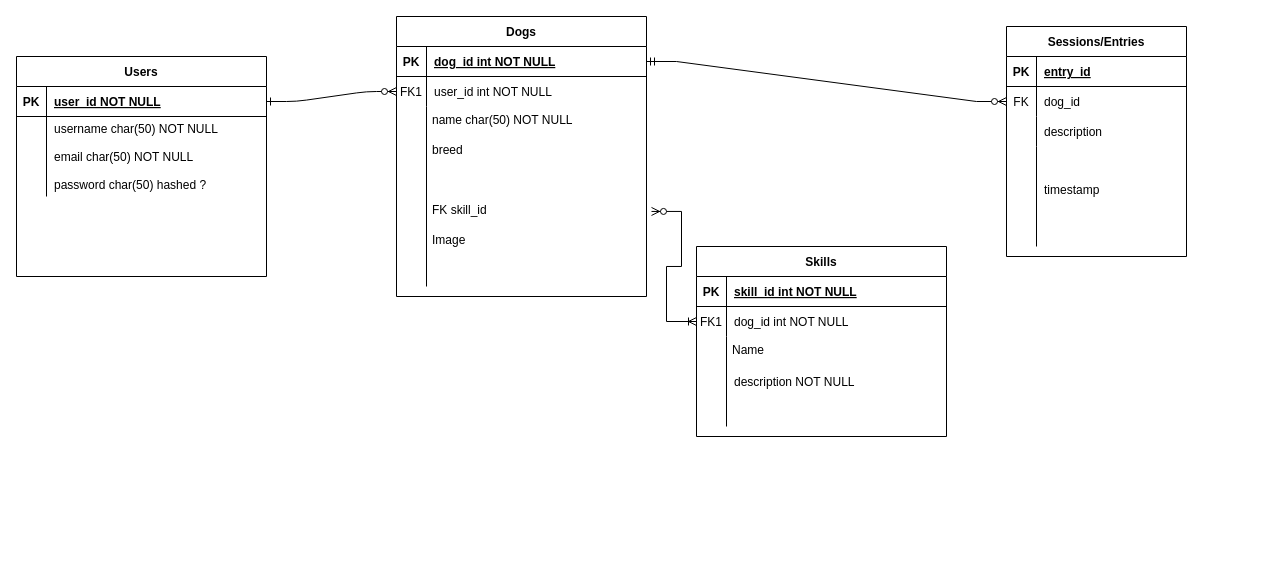
Above: Planning/finalsERD.drawio in Matt-Chisholm/Paw-Five (draw.io), before the change. Source tidied: cells renumbered, new cells numbered last; positions are measured from the earlier drawing's top-left corner, leaving out a move shared by most shapes. Both pictures are drawn from the tidied source at 100%, with x=0, y=0 at pixel (16, 16).
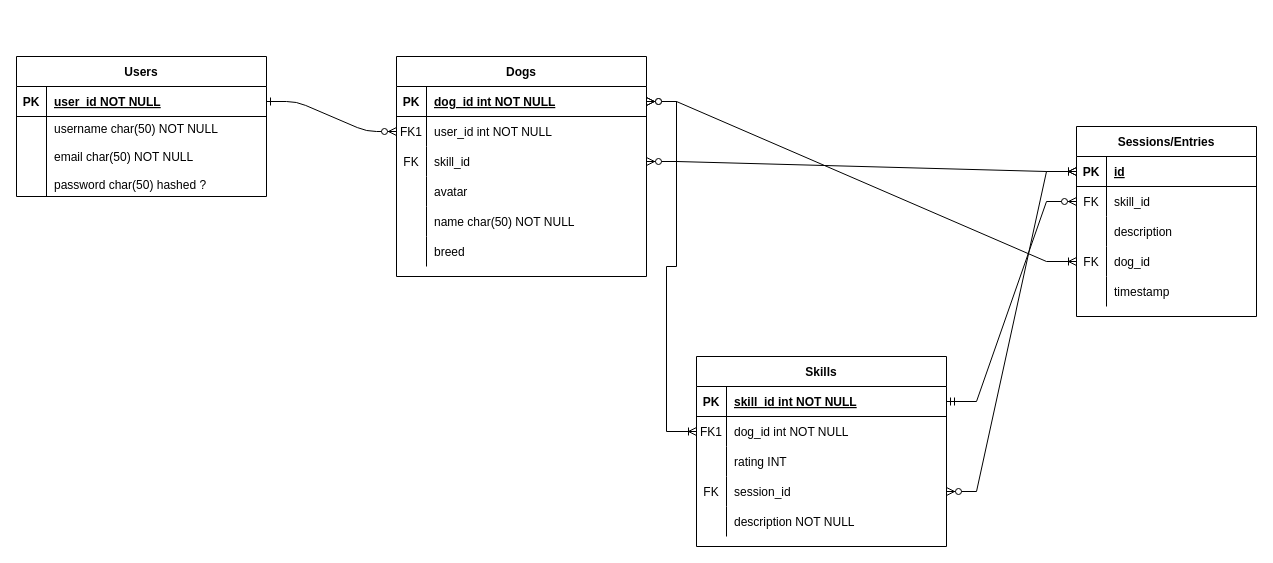
Above is the later version.

Unchanged cells that the change refers to:
```xml
<mxCell id="4" style="shape=partialRectangle;fillColor=none;points=[[0,0.5],[1,0.5]];portConstraint=eastwest;top=0;left=0;right=0;bottom=1;" parent="3" vertex="1">
  <mxGeometry y="30" width="250" height="30" as="geometry" />
</mxCell>
<mxCell id="14" style="shape=partialRectangle;fillColor=none;points=[[0,0.5],[1,0.5]];portConstraint=eastwest;top=0;left=0;right=0;bottom=1;" parent="13" vertex="1">
  <mxGeometry y="30" width="250" height="30" as="geometry" />
</mxCell>
<mxCell id="17" style="shape=partialRectangle;fillColor=none;points=[[0,0.5],[1,0.5]];portConstraint=eastwest;top=0;left=0;right=0;bottom=0;" parent="13" vertex="1">
  <mxGeometry y="60" width="250" height="30" as="geometry" />
</mxCell>
<mxCell id="35" style="shape=tableRow;horizontal=0;startSize=0;swimlaneHead=0;swimlaneBody=0;fillColor=none;points=[[0,0.5],[1,0.5]];portConstraint=eastwest;top=0;left=0;right=0;bottom=1;" parent="34" vertex="1">
  <mxGeometry y="30" width="180" height="30" as="geometry" />
</mxCell>
<mxCell id="38" style="shape=tableRow;horizontal=0;startSize=0;swimlaneHead=0;swimlaneBody=0;fillColor=none;points=[[0,0.5],[1,0.5]];portConstraint=eastwest;top=0;left=0;right=0;bottom=0;" parent="34" vertex="1">
  <mxGeometry y="60" width="180" height="30" as="geometry" />
</mxCell>
```

Diff of the diagram source:
```diff
@@
     <mxCell id="3" value="Dogs" style="shape=table;startSize=30;childLayout=tableLayout;rowLines=0;fontStyle=1;align=center;" parent="1" vertex="1">
-      <mxGeometry x="380" width="250" height="280" as="geometry" />
+      <mxGeometry x="380" y="40" width="250" height="220" as="geometry" />
     </mxCell>
@@
-    <mxCell id="10" style="shape=partialRectangle;fillColor=none;points=[[0,0.5],[1,0.5]];portConstraint=eastwest;top=0;left=0;right=0;bottom=0;" parent="3" vertex="1">
-      <mxGeometry y="90" width="250" height="180" as="geometry" />
-    </mxCell>
-    <mxCell id="11" style="shape=partialRectangle;overflow=hidden;fillColor=none;top=0;left=0;bottom=0;right=0;" parent="10" vertex="1">
-      <mxGeometry width="30" height="180" as="geometry" />
-    </mxCell>
-    <mxCell id="12" style="shape=partialRectangle;overflow=hidden;fillColor=none;top=0;left=0;bottom=0;right=0;align=left;spacingLeft=6;" parent="10" vertex="1">
-      <mxGeometry x="30" width="220" height="180" as="geometry" />
-    </mxCell>
+    <mxCell id="50" style="shape=partialRectangle;fillColor=none;points=[[0,0.5],[1,0.5]];portConstraint=eastwest;top=0;left=0;right=0;bottom=0;" parent="3" vertex="1">
+      <mxGeometry y="90" width="250" height="30" as="geometry" />
+    </mxCell>
+    <mxCell id="51" value="FK" style="shape=partialRectangle;overflow=hidden;fillColor=none;top=0;left=0;bottom=0;right=0;" parent="50" vertex="1">
+      <mxGeometry width="30" height="30" as="geometry" />
+    </mxCell>
+    <mxCell id="52" value="skill_id" style="shape=partialRectangle;overflow=hidden;fillColor=none;top=0;left=0;bottom=0;right=0;align=left;spacingLeft=6;" parent="50" vertex="1">
+      <mxGeometry x="30" width="220" height="30" as="geometry" />
+    </mxCell>
+    <mxCell id="53" style="shape=partialRectangle;fillColor=none;top=0;left=0;right=0;bottom=0;" parent="3" vertex="1">
+      <mxGeometry y="120" width="250" height="30" as="geometry" />
+    </mxCell>
+    <mxCell id="54" style="shape=partialRectangle;overflow=hidden;fillColor=none;top=0;left=0;bottom=0;right=0;" parent="53" vertex="1">
+      <mxGeometry width="30" height="30" as="geometry" />
+    </mxCell>
+    <mxCell id="55" value="avatar" style="shape=partialRectangle;overflow=hidden;fillColor=none;top=0;left=0;bottom=0;right=0;align=left;spacingLeft=6;" parent="53" vertex="1">
+      <mxGeometry x="30" width="220" height="30" as="geometry" />
+    </mxCell>
+    <mxCell id="56" style="shape=partialRectangle;fillColor=none;top=0;left=0;right=0;bottom=0;" parent="3" vertex="1">
+      <mxGeometry y="150" width="250" height="30" as="geometry" />
+    </mxCell>
+    <mxCell id="57" style="shape=partialRectangle;overflow=hidden;fillColor=none;top=0;left=0;bottom=0;right=0;" parent="56" vertex="1">
+      <mxGeometry width="30" height="30" as="geometry" />
+    </mxCell>
+    <mxCell id="30" value="name char(50) NOT NULL" style="shape=partialRectangle;overflow=hidden;fillColor=none;top=0;left=0;bottom=0;right=0;align=left;spacingLeft=6;" parent="56" vertex="1">
+      <mxGeometry x="30" width="220" height="30" as="geometry" />
+    </mxCell>
+    <mxCell id="58" style="shape=partialRectangle;fillColor=none;top=0;left=0;right=0;bottom=0;" parent="3" vertex="1">
+      <mxGeometry y="180" width="250" height="30" as="geometry" />
+    </mxCell>
+    <mxCell id="59" style="shape=partialRectangle;overflow=hidden;fillColor=none;top=0;left=0;bottom=0;right=0;" parent="58" vertex="1">
+      <mxGeometry width="30" height="30" as="geometry" />
+    </mxCell>
+    <mxCell id="31" value="breed" style="shape=partialRectangle;overflow=hidden;fillColor=none;top=0;left=0;bottom=0;right=0;align=left;spacingLeft=6;" parent="58" vertex="1">
+      <mxGeometry x="30" width="220" height="30" as="geometry" />
+    </mxCell>
     <mxCell id="13" value="Skills" style="shape=table;startSize=30;childLayout=tableLayout;rowLines=0;fontStyle=1;align=center;" parent="1" vertex="1">
-      <mxGeometry x="680" y="230" width="250" height="190" as="geometry" />
+      <mxGeometry x="680" y="340" width="250" height="190" as="geometry" />
     </mxCell>
@@
-    <mxCell id="20" style="shape=partialRectangle;fillColor=none;top=0;left=0;right=0;bottom=0;" parent="13" vertex="1">
-      <mxGeometry y="90" width="250" height="90" as="geometry" />
-    </mxCell>
-    <mxCell id="21" style="shape=partialRectangle;overflow=hidden;fillColor=none;top=0;left=0;bottom=0;right=0;" parent="20" vertex="1">
-      <mxGeometry width="30" height="90" as="geometry" />
-    </mxCell>
+    <mxCell id="60" style="shape=partialRectangle;fillColor=none;top=0;left=0;right=0;bottom=0;" parent="13" vertex="1">
+      <mxGeometry y="90" width="250" height="30" as="geometry" />
+    </mxCell>
+    <mxCell id="61" style="shape=partialRectangle;overflow=hidden;fillColor=none;top=0;left=0;bottom=0;right=0;" parent="60" vertex="1">
+      <mxGeometry width="30" height="30" as="geometry" />
+    </mxCell>
+    <mxCell id="62" value="rating INT" style="shape=partialRectangle;overflow=hidden;fillColor=none;top=0;left=0;bottom=0;right=0;align=left;spacingLeft=6;" parent="60" vertex="1">
+      <mxGeometry x="30" width="220" height="30" as="geometry" />
+    </mxCell>
+    <mxCell id="63" style="shape=partialRectangle;fillColor=none;points=[[0,0.5],[1,0.5]];portConstraint=eastwest;top=0;left=0;right=0;bottom=0;" parent="13" vertex="1">
+      <mxGeometry y="120" width="250" height="30" as="geometry" />
+    </mxCell>
+    <mxCell id="64" value="FK" style="shape=partialRectangle;overflow=hidden;fillColor=none;top=0;left=0;bottom=0;right=0;" parent="63" vertex="1">
+      <mxGeometry width="30" height="30" as="geometry" />
+    </mxCell>
+    <mxCell id="65" value="session_id" style="shape=partialRectangle;overflow=hidden;fillColor=none;top=0;left=0;bottom=0;right=0;align=left;spacingLeft=6;" parent="63" vertex="1">
+      <mxGeometry x="30" width="220" height="30" as="geometry" />
+    </mxCell>
+    <mxCell id="66" style="shape=partialRectangle;fillColor=none;top=0;left=0;right=0;bottom=0;" parent="13" vertex="1">
+      <mxGeometry y="150" width="250" height="30" as="geometry" />
+    </mxCell>
+    <mxCell id="67" style="shape=partialRectangle;overflow=hidden;fillColor=none;top=0;left=0;bottom=0;right=0;" parent="66" vertex="1">
+      <mxGeometry width="30" height="30" as="geometry" />
+    </mxCell>
-    <mxCell id="22" value="description NOT NULL" style="shape=partialRectangle;overflow=hidden;fillColor=none;top=0;left=0;bottom=0;right=0;align=left;spacingLeft=6;" parent="20" vertex="1">
-      <mxGeometry x="30" width="220" height="90" as="geometry" />
+    <mxCell id="22" value="description NOT NULL" style="shape=partialRectangle;overflow=hidden;fillColor=none;top=0;left=0;bottom=0;right=0;align=left;spacingLeft=6;" parent="66" vertex="1">
+      <mxGeometry x="30" width="220" height="30" as="geometry" />
     </mxCell>
     <mxCell id="23" value="Users" style="shape=table;startSize=30;childLayout=tableLayout;rowLines=0;fontStyle=1;align=center;" parent="1" vertex="1">
-      <mxGeometry y="40" width="250" height="220" as="geometry" />
+      <mxGeometry y="40" width="250" height="140" as="geometry" />
     </mxCell>
@@
-    <mxCell id="30" value="name char(50) NOT NULL" style="text;strokeColor=none;fillColor=none;spacingLeft=4;spacingRight=4;overflow=hidden;fontSize=12;" parent="1" vertex="1">
-      <mxGeometry x="410" y="90" width="190" height="30" as="geometry" />
-    </mxCell>
-    <mxCell id="31" value="breed" style="text;strokeColor=none;fillColor=none;spacingLeft=4;spacingRight=4;overflow=hidden;fontSize=12;" parent="1" vertex="1">
-      <mxGeometry x="410" y="120" width="180" height="30" as="geometry" />
-    </mxCell>
-    <mxCell id="32" value="FK skill_id&#10;" style="text;strokeColor=none;fillColor=none;spacingLeft=4;spacingRight=4;overflow=hidden;fontSize=12;" parent="1" vertex="1">
-      <mxGeometry x="410" y="180" width="120" height="30" as="geometry" />
-    </mxCell>
-    <mxCell id="33" value="Image" style="text;strokeColor=none;fillColor=none;spacingLeft=4;spacingRight=4;overflow=hidden;fontSize=12;" parent="1" vertex="1">
-      <mxGeometry x="410" y="210" width="90" height="30" as="geometry" />
-    </mxCell>
     <mxCell id="34" value="Sessions/Entries" style="shape=table;startSize=30;childLayout=tableLayout;rowLines=0;fontStyle=1;align=center;" parent="1" vertex="1">
-      <mxGeometry x="990" y="10" width="180" height="230" as="geometry" />
+      <mxGeometry x="1060" y="110" width="180" height="190" as="geometry" />
     </mxCell>
@@
-    <mxCell id="37" value="entry_id" style="shape=partialRectangle;fillColor=none;top=0;left=0;bottom=0;right=0;align=left;spacingLeft=6;fontStyle=5;overflow=hidden;" parent="35" vertex="1">
+    <mxCell id="37" value="id" style="shape=partialRectangle;fillColor=none;top=0;left=0;bottom=0;right=0;align=left;spacingLeft=6;fontStyle=5;overflow=hidden;" parent="35" vertex="1">
       <mxGeometry x="30" width="150" height="30" as="geometry" />
     </mxCell>
@@
-    <mxCell id="40" value="dog_id" style="shape=partialRectangle;fillColor=none;top=0;left=0;bottom=0;right=0;align=left;spacingLeft=6;overflow=hidden;" parent="38" vertex="1">
+    <mxCell id="40" value="skill_id" style="shape=partialRectangle;fillColor=none;top=0;left=0;bottom=0;right=0;align=left;spacingLeft=6;overflow=hidden;" parent="38" vertex="1">
       <mxGeometry x="30" width="150" height="30" as="geometry" />
     </mxCell>
@@
-    <mxCell id="44" style="shape=tableRow;horizontal=0;startSize=0;swimlaneHead=0;swimlaneBody=0;fillColor=none;top=0;left=0;right=0;bottom=0;" parent="34" vertex="1">
-      <mxGeometry y="120" width="180" height="100" as="geometry" />
-    </mxCell>
-    <mxCell id="45" style="shape=partialRectangle;fillColor=none;top=0;left=0;bottom=0;right=0;overflow=hidden;" parent="44" vertex="1">
-      <mxGeometry width="30" height="100" as="geometry" />
-    </mxCell>
+    <mxCell id="68" style="shape=tableRow;horizontal=0;startSize=0;swimlaneHead=0;swimlaneBody=0;fillColor=none;points=[[0,0.5],[1,0.5]];portConstraint=eastwest;top=0;left=0;right=0;bottom=0;" parent="34" vertex="1">
+      <mxGeometry y="120" width="180" height="30" as="geometry" />
+    </mxCell>
+    <mxCell id="69" value="FK" style="shape=partialRectangle;fillColor=none;top=0;left=0;bottom=0;right=0;overflow=hidden;" parent="68" vertex="1">
+      <mxGeometry width="30" height="30" as="geometry" />
+    </mxCell>
+    <mxCell id="70" value="dog_id" style="shape=partialRectangle;fillColor=none;top=0;left=0;bottom=0;right=0;align=left;spacingLeft=6;overflow=hidden;" parent="68" vertex="1">
+      <mxGeometry x="30" width="150" height="30" as="geometry" />
+    </mxCell>
+    <mxCell id="71" style="shape=tableRow;horizontal=0;startSize=0;swimlaneHead=0;swimlaneBody=0;fillColor=none;top=0;left=0;right=0;bottom=0;" parent="34" vertex="1">
+      <mxGeometry y="150" width="180" height="30" as="geometry" />
+    </mxCell>
+    <mxCell id="72" style="shape=partialRectangle;fillColor=none;top=0;left=0;bottom=0;right=0;overflow=hidden;" parent="71" vertex="1">
+      <mxGeometry width="30" height="30" as="geometry" />
+    </mxCell>
-    <mxCell id="46" value="timestamp&#10;" style="shape=partialRectangle;fillColor=none;top=0;left=0;bottom=0;right=0;align=left;spacingLeft=6;overflow=hidden;" parent="44" vertex="1">
-      <mxGeometry x="30" width="150" height="100" as="geometry" />
+    <mxCell id="46" value="timestamp" style="shape=partialRectangle;fillColor=none;top=0;left=0;bottom=0;right=0;align=left;spacingLeft=6;overflow=hidden;" parent="71" vertex="1">
+      <mxGeometry x="30" width="150" height="30" as="geometry" />
     </mxCell>
-    <mxCell id="47" style="edgeStyle=entityRelationEdgeStyle;fontSize=12;html=1;endArrow=ERzeroToMany;startArrow=ERmandOne;rounded=0;entryX=0;entryY=0.5;entryDx=0;entryDy=0;exitX=1;exitY=0.5;exitDx=0;exitDy=0;" parent="1" edge="1" source="4" target="38">
-      <mxGeometry relative="1" as="geometry" />
-    </mxCell>
-    <mxCell id="48" style="edgeStyle=entityRelationEdgeStyle;fontSize=12;html=1;endArrow=ERoneToMany;startArrow=ERzeroToMany;rounded=0;exitX=1.02;exitY=0.583;exitDx=0;exitDy=0;entryX=0;entryY=0.5;entryDx=0;entryDy=0;exitPerimeter=0;" parent="1" edge="1" source="10" target="17">
+    <mxCell id="48" style="edgeStyle=entityRelationEdgeStyle;fontSize=12;html=1;endArrow=ERoneToMany;startArrow=ERzeroToMany;rounded=0;" parent="1" edge="1" source="4" target="17">
       <mxGeometry relative="1" as="geometry" />
     </mxCell>
-    <mxCell id="49" value="Name" style="text;strokeColor=none;fillColor=none;spacingLeft=4;spacingRight=4;overflow=hidden;fontSize=12;" parent="1" vertex="1">
-      <mxGeometry x="710" y="320" width="130" height="30" as="geometry" />
-    </mxCell>
+    <mxCell id="73" style="edgeStyle=entityRelationEdgeStyle;fontSize=12;html=1;endArrow=ERoneToMany;startArrow=ERzeroToMany;rounded=0;" parent="1" edge="1" source="4" target="68">
+      <mxGeometry relative="1" as="geometry" />
+    </mxCell>
+    <mxCell id="74" style="edgeStyle=entityRelationEdgeStyle;fontSize=12;html=1;endArrow=ERoneToMany;startArrow=ERzeroToMany;rounded=0;" parent="1" edge="1" source="63" target="35">
+      <mxGeometry relative="1" as="geometry" />
+    </mxCell>
+    <mxCell id="75" style="edgeStyle=entityRelationEdgeStyle;fontSize=12;html=1;endArrow=ERoneToMany;startArrow=ERzeroToMany;rounded=0;" parent="1" edge="1" source="50" target="35">
+      <mxGeometry relative="1" as="geometry" />
+    </mxCell>
+    <mxCell id="76" style="edgeStyle=entityRelationEdgeStyle;fontSize=12;html=1;endArrow=ERzeroToMany;startArrow=ERmandOne;rounded=0;" parent="1" edge="1" source="14" target="38">
+      <mxGeometry relative="1" as="geometry" />
+    </mxCell>
```
